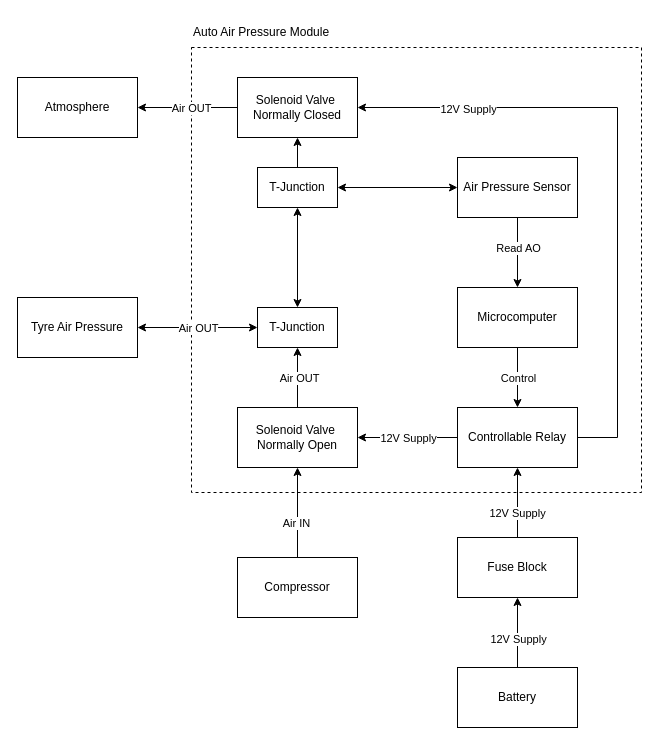
Before: autoCompressor.drawio in dhenl2/Auto-Compressor, a draw.io diagram. Source tidied: cells renumbered, new cells numbered last; positions are measured from the earlier drawing's top-left corner, leaving out a move shared by most shapes. Both pictures are drawn from the tidied source at 100%, with x=0, y=0 at pixel (17, 17).
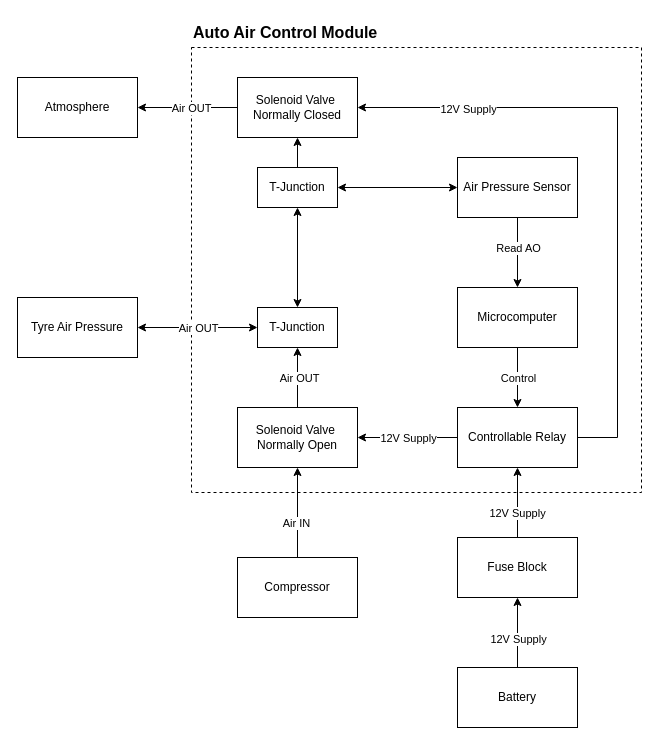
The same page after the edit.

The edit, as a diff of the source:
```diff
@@
-    <mxCell id="25" value="Auto Air Pressure Module" style="text;html=1;strokeColor=none;fillColor=none;align=left;verticalAlign=middle;whiteSpace=wrap;rounded=0;" parent="1" vertex="1">
-      <mxGeometry x="174" width="146" height="30" as="geometry" />
+    <mxCell id="25" value="Auto Air Control Module" style="text;html=1;strokeColor=none;fillColor=none;align=left;verticalAlign=middle;whiteSpace=wrap;rounded=0;fontStyle=1;fontSize=16;" parent="1" vertex="1">
+      <mxGeometry x="174" width="236" height="30" as="geometry" />
     </mxCell>
```
